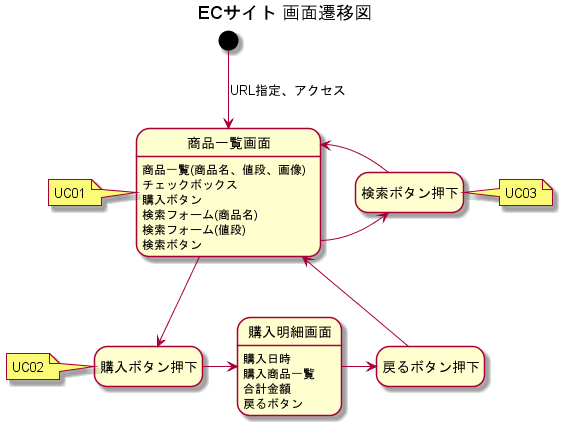
The PlantUML diagram UseCase/ECサイト 画面遷移図.png in wnakayama/ojt_ecsite, before a commit.
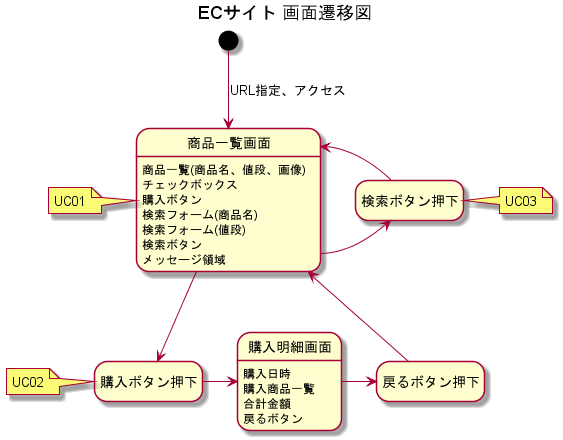
After the change.

Commit message:
fix screeentransition_diag

What changed in the source:
```diff
@@ -9,6 +9,7 @@
 商品一覧画面 : 検索フォーム(商品名)
 商品一覧画面 : 検索フォーム(値段)
 商品一覧画面 : 検索ボタン
+商品一覧画面 : メッセージ領域
 
 note left of 商品一覧画面
 UC01
```
